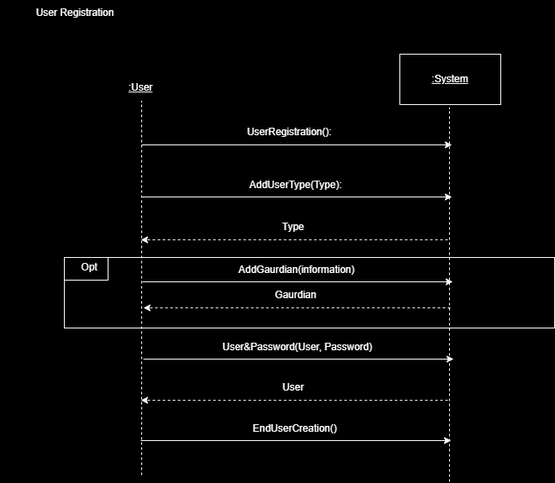
The draw.io diagram ssd_AddUser.drawio.png in matdavid7272/342project, before a commit. Source tidied: cells renumbered, new cells last; positions are measured from the earlier drawing's top-left corner, leaving out a move shared by most shapes. The source it was exported from:
```xml
<mxGraphModel background="#000000">
  <root>
    <mxCell id="0" />
    <mxCell id="1" parent="0" />
    <mxCell id="2" style="rounded=0;whiteSpace=wrap;html=1;fillColor=#000000;strokeColor=#FFFFFF;" parent="1" vertex="1">
      <mxGeometry x="76" y="306" width="583" height="84" as="geometry" />
    </mxCell>
    <mxCell id="3" style="endArrow=none;dashed=1;html=1;rounded=0;strokeColor=#FFFFFF;" parent="1" edge="1">
      <mxGeometry relative="1" as="geometry">
        <mxPoint x="168" y="565" as="sourcePoint" />
        <mxPoint x="168" y="120" as="targetPoint" />
      </mxGeometry>
    </mxCell>
    <mxCell id="4" style="endArrow=none;dashed=1;html=1;rounded=0;strokeColor=#FFFFFF;" parent="1" edge="1">
      <mxGeometry relative="1" as="geometry">
        <mxPoint x="534" y="573" as="sourcePoint" />
        <mxPoint x="534" y="128" as="targetPoint" />
      </mxGeometry>
    </mxCell>
    <mxCell id="5" value="&lt;font color=&quot;#ffffff&quot;&gt;User Registration&lt;/font&gt;" style="text;html=1;align=center;verticalAlign=middle;whiteSpace=wrap;rounded=0;" parent="1" vertex="1">
      <mxGeometry width="178" height="30" as="geometry" />
    </mxCell>
    <mxCell id="6" value="&lt;font color=&quot;#ffffff&quot;&gt;&lt;u&gt;:User&lt;/u&gt;&lt;/font&gt;" style="text;html=1;align=center;verticalAlign=middle;whiteSpace=wrap;rounded=0;" parent="1" vertex="1">
      <mxGeometry x="137" y="89" width="60" height="30" as="geometry" />
    </mxCell>
    <mxCell id="7" style="rounded=0;whiteSpace=wrap;html=1;fillColor=#000000;strokeColor=#FFFFFF;" parent="1" vertex="1">
      <mxGeometry x="475" y="64" width="120" height="60" as="geometry" />
    </mxCell>
    <mxCell id="8" value="&lt;font color=&quot;#ffffff&quot;&gt;&lt;u&gt;:System&lt;/u&gt;&lt;/font&gt;" style="text;html=1;align=center;verticalAlign=middle;whiteSpace=wrap;rounded=0;" parent="1" vertex="1">
      <mxGeometry x="505" y="79" width="60" height="30" as="geometry" />
    </mxCell>
    <mxCell id="9" style="endArrow=classic;html=1;rounded=0;strokeColor=#FFFFFF;" parent="1" edge="1">
      <mxGeometry relative="1" as="geometry">
        <mxPoint x="168" y="172" as="sourcePoint" />
        <mxPoint x="537" y="172" as="targetPoint" />
      </mxGeometry>
    </mxCell>
    <mxCell id="10" value="&lt;font color=&quot;#ffffff&quot;&gt;UserRegistration():&lt;/font&gt;" style="text;html=1;align=center;verticalAlign=middle;whiteSpace=wrap;rounded=0;" parent="1" vertex="1">
      <mxGeometry x="314" y="142" width="60" height="30" as="geometry" />
    </mxCell>
    <mxCell id="11" style="endArrow=classic;html=1;rounded=0;strokeColor=#FFFFFF;" parent="1" edge="1">
      <mxGeometry relative="1" as="geometry">
        <mxPoint x="168" y="234" as="sourcePoint" />
        <mxPoint x="537" y="234" as="targetPoint" />
      </mxGeometry>
    </mxCell>
    <mxCell id="12" value="&lt;font color=&quot;#ffffff&quot;&gt;AddUserType(Type):&lt;/font&gt;" style="text;html=1;align=center;verticalAlign=middle;whiteSpace=wrap;rounded=0;" parent="1" vertex="1">
      <mxGeometry x="230" y="205" width="243" height="30" as="geometry" />
    </mxCell>
    <mxCell id="13" style="endArrow=classic;html=1;rounded=0;strokeColor=#FFFFFF;dashed=1;" parent="1" edge="1">
      <mxGeometry relative="1" as="geometry">
        <mxPoint x="532" y="285" as="sourcePoint" />
        <mxPoint x="167" y="285" as="targetPoint" />
      </mxGeometry>
    </mxCell>
    <mxCell id="14" value="&lt;font style=&quot;background-color: rgb(0, 0, 0);&quot; color=&quot;#ffffff&quot;&gt;Type&lt;/font&gt;" style="text;html=1;align=center;verticalAlign=middle;whiteSpace=wrap;rounded=0;" parent="1" vertex="1">
      <mxGeometry x="227" y="255" width="243" height="30" as="geometry" />
    </mxCell>
    <mxCell id="15" style="endArrow=classic;html=1;rounded=0;strokeColor=#FFFFFF;" parent="1" edge="1">
      <mxGeometry relative="1" as="geometry">
        <mxPoint x="170" y="427" as="sourcePoint" />
        <mxPoint x="539" y="427" as="targetPoint" />
      </mxGeometry>
    </mxCell>
    <mxCell id="16" value="&lt;font color=&quot;#ffffff&quot;&gt;User&amp;amp;Password(User, Password)&lt;/font&gt;" style="text;html=1;align=center;verticalAlign=middle;whiteSpace=wrap;rounded=0;" parent="1" vertex="1">
      <mxGeometry x="232" y="398" width="243" height="30" as="geometry" />
    </mxCell>
    <mxCell id="17" style="endArrow=classic;html=1;rounded=0;strokeColor=#FFFFFF;dashed=1;" parent="1" edge="1">
      <mxGeometry relative="1" as="geometry">
        <mxPoint x="532" y="476" as="sourcePoint" />
        <mxPoint x="167" y="476" as="targetPoint" />
      </mxGeometry>
    </mxCell>
    <mxCell id="18" value="&lt;font style=&quot;background-color: rgb(0, 0, 0);&quot; color=&quot;#ffffff&quot;&gt;User&lt;/font&gt;" style="text;html=1;align=center;verticalAlign=middle;whiteSpace=wrap;rounded=0;" parent="1" vertex="1">
      <mxGeometry x="227" y="446" width="243" height="30" as="geometry" />
    </mxCell>
    <mxCell id="19" style="endArrow=classic;html=1;rounded=0;strokeColor=#FFFFFF;" parent="1" edge="1">
      <mxGeometry relative="1" as="geometry">
        <mxPoint x="167" y="524" as="sourcePoint" />
        <mxPoint x="536" y="524" as="targetPoint" />
      </mxGeometry>
    </mxCell>
    <mxCell id="20" value="&lt;font color=&quot;#ffffff&quot;&gt;EndUserCreation()&lt;/font&gt;" style="text;html=1;align=center;verticalAlign=middle;whiteSpace=wrap;rounded=0;" parent="1" vertex="1">
      <mxGeometry x="229" y="495" width="243" height="30" as="geometry" />
    </mxCell>
    <mxCell id="21" style="rounded=0;whiteSpace=wrap;html=1;fillColor=#000000;strokeColor=#FFFFFF;" parent="1" vertex="1">
      <mxGeometry x="76" y="306" width="52" height="27" as="geometry" />
    </mxCell>
    <mxCell id="22" value="&lt;font color=&quot;#ffffff&quot;&gt;Opt&lt;/font&gt;" style="text;html=1;align=center;verticalAlign=middle;whiteSpace=wrap;rounded=0;" parent="1" vertex="1">
      <mxGeometry x="76" y="303" width="60" height="30" as="geometry" />
    </mxCell>
    <mxCell id="23" style="endArrow=classic;html=1;rounded=0;strokeColor=#FFFFFF;" parent="1" edge="1">
      <mxGeometry relative="1" as="geometry">
        <mxPoint x="169" y="335" as="sourcePoint" />
        <mxPoint x="538" y="335" as="targetPoint" />
      </mxGeometry>
    </mxCell>
    <mxCell id="24" value="&lt;font color=&quot;#ffffff&quot;&gt;AddGaurdian(information)&lt;/font&gt;" style="text;html=1;align=center;verticalAlign=middle;whiteSpace=wrap;rounded=0;" parent="1" vertex="1">
      <mxGeometry x="231" y="306" width="243" height="30" as="geometry" />
    </mxCell>
    <mxCell id="25" style="endArrow=classic;html=1;rounded=0;strokeColor=#FFFFFF;dashed=1;" parent="1" edge="1">
      <mxGeometry relative="1" as="geometry">
        <mxPoint x="535" y="366" as="sourcePoint" />
        <mxPoint x="170" y="366" as="targetPoint" />
      </mxGeometry>
    </mxCell>
    <mxCell id="26" value="&lt;font style=&quot;background-color: rgb(0, 0, 0);&quot; color=&quot;#ffffff&quot;&gt;Gaurdian&lt;/font&gt;" style="text;html=1;align=center;verticalAlign=middle;whiteSpace=wrap;rounded=0;" parent="1" vertex="1">
      <mxGeometry x="230" y="336" width="243" height="30" as="geometry" />
    </mxCell>
  </root>
</mxGraphModel>
```
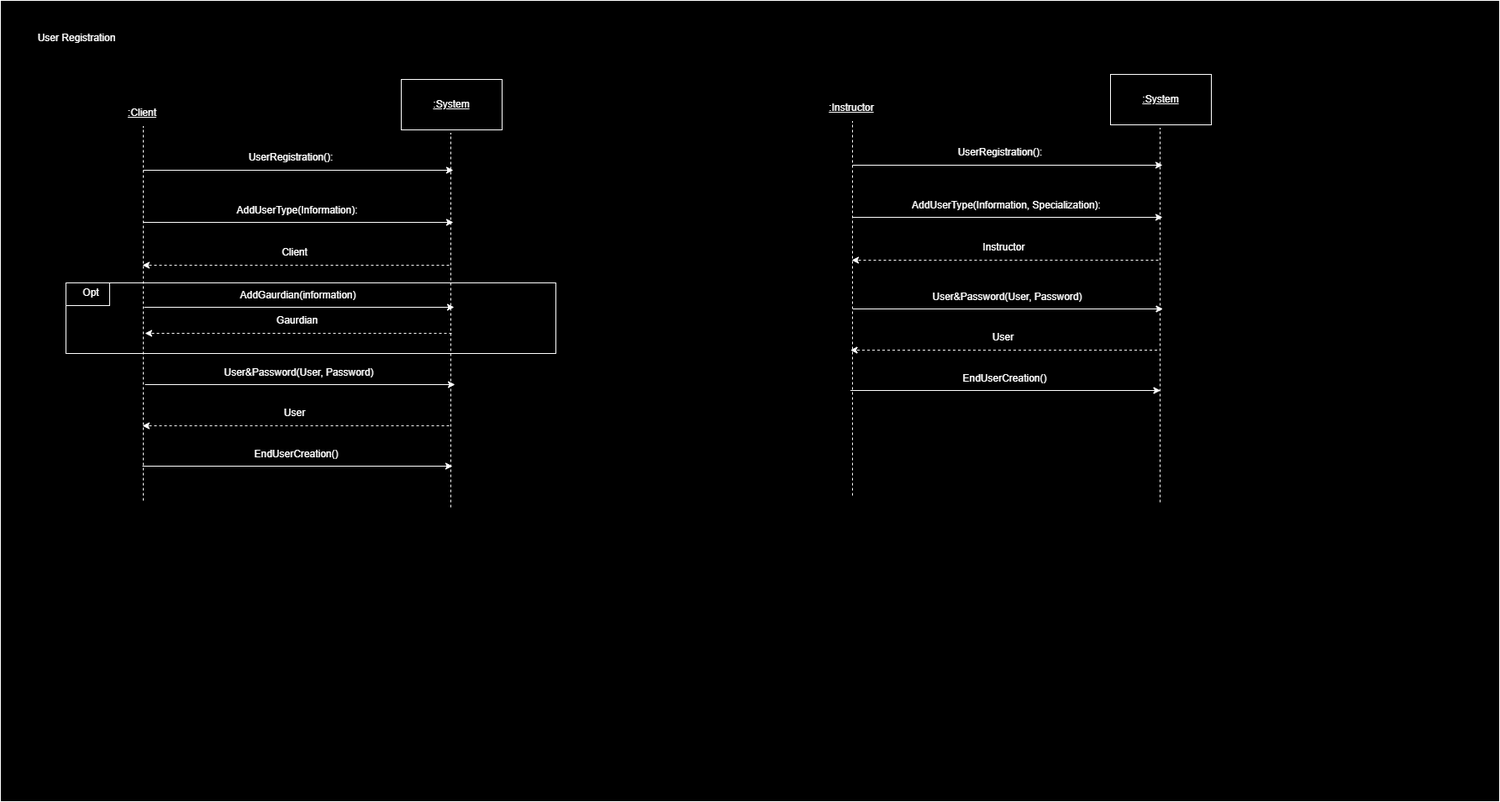
After the commit.

The edit, as a diff of the source:
```diff
@@ -2,6 +2,9 @@
   <root>
     <mxCell id="0" />
     <mxCell id="1" parent="0" />
+    <mxCell id="27" style="rounded=0;whiteSpace=wrap;html=1;fillColor=#000000;strokeColor=#FFFFFF;" parent="1" vertex="1">
+      <mxGeometry x="-2" y="-30" width="1784" height="953" as="geometry" />
+    </mxCell>
     <mxCell id="2" style="rounded=0;whiteSpace=wrap;html=1;fillColor=#000000;strokeColor=#FFFFFF;" parent="1" vertex="1">
       <mxGeometry x="76" y="306" width="583" height="84" as="geometry" />
     </mxCell>
@@ -20,7 +23,7 @@
     <mxCell id="5" value="&lt;font color=&quot;#ffffff&quot;&gt;User Registration&lt;/font&gt;" style="text;html=1;align=center;verticalAlign=middle;whiteSpace=wrap;rounded=0;" parent="1" vertex="1">
       <mxGeometry width="178" height="30" as="geometry" />
     </mxCell>
-    <mxCell id="6" value="&lt;font color=&quot;#ffffff&quot;&gt;&lt;u&gt;:User&lt;/u&gt;&lt;/font&gt;" style="text;html=1;align=center;verticalAlign=middle;whiteSpace=wrap;rounded=0;" parent="1" vertex="1">
+    <mxCell id="6" value="&lt;font color=&quot;#ffffff&quot;&gt;&lt;u&gt;:Client&lt;/u&gt;&lt;/font&gt;" style="text;html=1;align=center;verticalAlign=middle;whiteSpace=wrap;rounded=0;" parent="1" vertex="1">
       <mxGeometry x="137" y="89" width="60" height="30" as="geometry" />
     </mxCell>
     <mxCell id="7" style="rounded=0;whiteSpace=wrap;html=1;fillColor=#000000;strokeColor=#FFFFFF;" parent="1" vertex="1">
@@ -44,7 +47,7 @@
         <mxPoint x="537" y="234" as="targetPoint" />
       </mxGeometry>
     </mxCell>
-    <mxCell id="12" value="&lt;font color=&quot;#ffffff&quot;&gt;AddUserType(Type):&lt;/font&gt;" style="text;html=1;align=center;verticalAlign=middle;whiteSpace=wrap;rounded=0;" parent="1" vertex="1">
+    <mxCell id="12" value="&lt;font color=&quot;#ffffff&quot;&gt;AddUserType(Information):&lt;/font&gt;" style="text;html=1;align=center;verticalAlign=middle;whiteSpace=wrap;rounded=0;" parent="1" vertex="1">
       <mxGeometry x="230" y="205" width="243" height="30" as="geometry" />
     </mxCell>
     <mxCell id="13" style="endArrow=classic;html=1;rounded=0;strokeColor=#FFFFFF;dashed=1;" parent="1" edge="1">
@@ -53,7 +56,7 @@
         <mxPoint x="167" y="285" as="targetPoint" />
       </mxGeometry>
     </mxCell>
-    <mxCell id="14" value="&lt;font style=&quot;background-color: rgb(0, 0, 0);&quot; color=&quot;#ffffff&quot;&gt;Type&lt;/font&gt;" style="text;html=1;align=center;verticalAlign=middle;whiteSpace=wrap;rounded=0;" parent="1" vertex="1">
+    <mxCell id="14" value="&lt;font style=&quot;background-color: rgb(0, 0, 0);&quot; color=&quot;#ffffff&quot;&gt;Client&lt;/font&gt;" style="text;html=1;align=center;verticalAlign=middle;whiteSpace=wrap;rounded=0;" parent="1" vertex="1">
       <mxGeometry x="227" y="255" width="243" height="30" as="geometry" />
     </mxCell>
     <mxCell id="15" style="endArrow=classic;html=1;rounded=0;strokeColor=#FFFFFF;" parent="1" edge="1">
@@ -107,5 +110,80 @@
     <mxCell id="26" value="&lt;font style=&quot;background-color: rgb(0, 0, 0);&quot; color=&quot;#ffffff&quot;&gt;Gaurdian&lt;/font&gt;" style="text;html=1;align=center;verticalAlign=middle;whiteSpace=wrap;rounded=0;" parent="1" vertex="1">
       <mxGeometry x="230" y="336" width="243" height="30" as="geometry" />
     </mxCell>
+    <mxCell id="28" style="endArrow=none;dashed=1;html=1;rounded=0;strokeColor=#FFFFFF;" parent="1" edge="1">
+      <mxGeometry relative="1" as="geometry">
+        <mxPoint x="1012" y="559" as="sourcePoint" />
+        <mxPoint x="1012" y="114" as="targetPoint" />
+      </mxGeometry>
+    </mxCell>
+    <mxCell id="29" style="endArrow=none;dashed=1;html=1;rounded=0;strokeColor=#FFFFFF;" parent="1" edge="1">
+      <mxGeometry relative="1" as="geometry">
+        <mxPoint x="1378" y="567" as="sourcePoint" />
+        <mxPoint x="1378" y="122" as="targetPoint" />
+      </mxGeometry>
+    </mxCell>
+    <mxCell id="30" value="&lt;font color=&quot;#ffffff&quot;&gt;&lt;u&gt;:Instructor&lt;/u&gt;&lt;/font&gt;" style="text;html=1;align=center;verticalAlign=middle;whiteSpace=wrap;rounded=0;" parent="1" vertex="1">
+      <mxGeometry x="981" y="83" width="60" height="30" as="geometry" />
+    </mxCell>
+    <mxCell id="31" style="rounded=0;whiteSpace=wrap;html=1;fillColor=#000000;strokeColor=#FFFFFF;" parent="1" vertex="1">
+      <mxGeometry x="1319" y="58" width="120" height="60" as="geometry" />
+    </mxCell>
+    <mxCell id="32" value="&lt;font color=&quot;#ffffff&quot;&gt;&lt;u&gt;:System&lt;/u&gt;&lt;/font&gt;" style="text;html=1;align=center;verticalAlign=middle;whiteSpace=wrap;rounded=0;" parent="1" vertex="1">
+      <mxGeometry x="1349" y="73" width="60" height="30" as="geometry" />
+    </mxCell>
+    <mxCell id="33" style="endArrow=classic;html=1;rounded=0;strokeColor=#FFFFFF;" parent="1" edge="1">
+      <mxGeometry relative="1" as="geometry">
+        <mxPoint x="1012" y="166" as="sourcePoint" />
+        <mxPoint x="1381" y="166" as="targetPoint" />
+      </mxGeometry>
+    </mxCell>
+    <mxCell id="34" value="&lt;font color=&quot;#ffffff&quot;&gt;UserRegistration():&lt;/font&gt;" style="text;html=1;align=center;verticalAlign=middle;whiteSpace=wrap;rounded=0;" parent="1" vertex="1">
+      <mxGeometry x="1158" y="136" width="60" height="30" as="geometry" />
+    </mxCell>
+    <mxCell id="35" style="endArrow=classic;html=1;rounded=0;strokeColor=#FFFFFF;" parent="1" edge="1">
+      <mxGeometry relative="1" as="geometry">
+        <mxPoint x="1012" y="228" as="sourcePoint" />
+        <mxPoint x="1381" y="228" as="targetPoint" />
+      </mxGeometry>
+    </mxCell>
+    <mxCell id="36" value="&lt;font color=&quot;#ffffff&quot;&gt;AddUserType(Information, Specialization):&lt;/font&gt;" style="text;html=1;align=center;verticalAlign=middle;whiteSpace=wrap;rounded=0;" parent="1" vertex="1">
+      <mxGeometry x="1074" y="199" width="243" height="30" as="geometry" />
+    </mxCell>
+    <mxCell id="37" style="endArrow=classic;html=1;rounded=0;strokeColor=#FFFFFF;dashed=1;" parent="1" edge="1">
+      <mxGeometry relative="1" as="geometry">
+        <mxPoint x="1376" y="279" as="sourcePoint" />
+        <mxPoint x="1011" y="279" as="targetPoint" />
+      </mxGeometry>
+    </mxCell>
+    <mxCell id="38" value="&lt;font style=&quot;background-color: rgb(0, 0, 0);&quot; color=&quot;#ffffff&quot;&gt;Instructor&lt;/font&gt;" style="text;html=1;align=center;verticalAlign=middle;whiteSpace=wrap;rounded=0;" parent="1" vertex="1">
+      <mxGeometry x="1071" y="249" width="243" height="30" as="geometry" />
+    </mxCell>
+    <mxCell id="39" style="endArrow=classic;html=1;rounded=0;strokeColor=#FFFFFF;" parent="1" edge="1">
+      <mxGeometry relative="1" as="geometry">
+        <mxPoint x="1012.5" y="337" as="sourcePoint" />
+        <mxPoint x="1381.5" y="337" as="targetPoint" />
+      </mxGeometry>
+    </mxCell>
+    <mxCell id="40" value="&lt;font color=&quot;#ffffff&quot;&gt;User&amp;amp;Password(User, Password)&lt;/font&gt;" style="text;html=1;align=center;verticalAlign=middle;whiteSpace=wrap;rounded=0;" parent="1" vertex="1">
+      <mxGeometry x="1074.5" y="308" width="243" height="30" as="geometry" />
+    </mxCell>
+    <mxCell id="41" style="endArrow=classic;html=1;rounded=0;strokeColor=#FFFFFF;dashed=1;" parent="1" edge="1">
+      <mxGeometry relative="1" as="geometry">
+        <mxPoint x="1374.5" y="386" as="sourcePoint" />
+        <mxPoint x="1009.5" y="386" as="targetPoint" />
+      </mxGeometry>
+    </mxCell>
+    <mxCell id="42" value="&lt;font style=&quot;background-color: rgb(0, 0, 0);&quot; color=&quot;#ffffff&quot;&gt;User&lt;/font&gt;" style="text;html=1;align=center;verticalAlign=middle;whiteSpace=wrap;rounded=0;" parent="1" vertex="1">
+      <mxGeometry x="1069.5" y="356" width="243" height="30" as="geometry" />
+    </mxCell>
+    <mxCell id="43" style="endArrow=classic;html=1;rounded=0;strokeColor=#FFFFFF;" parent="1" edge="1">
+      <mxGeometry relative="1" as="geometry">
+        <mxPoint x="1009.5" y="434" as="sourcePoint" />
+        <mxPoint x="1378.5" y="434" as="targetPoint" />
+      </mxGeometry>
+    </mxCell>
+    <mxCell id="44" value="&lt;font color=&quot;#ffffff&quot;&gt;EndUserCreation()&lt;/font&gt;" style="text;html=1;align=center;verticalAlign=middle;whiteSpace=wrap;rounded=0;" parent="1" vertex="1">
+      <mxGeometry x="1071.5" y="405" width="243" height="30" as="geometry" />
+    </mxCell>
   </root>
 </mxGraphModel>
```
